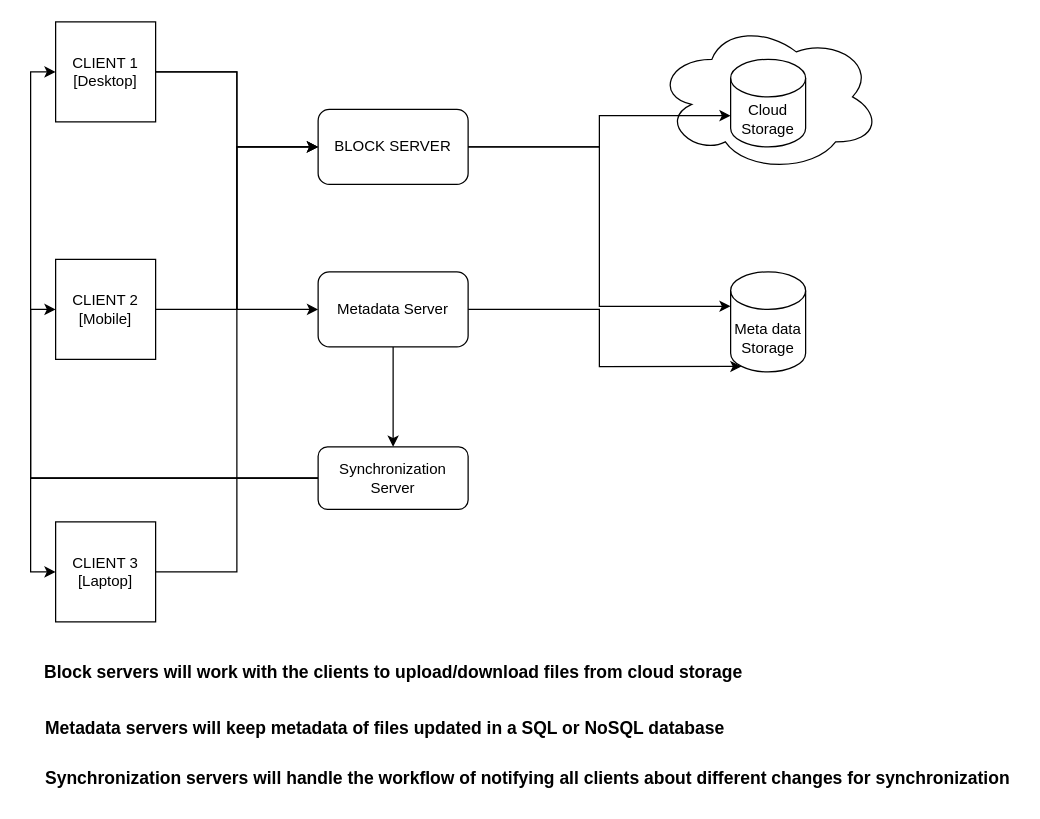
Earlier version of the draw.io diagram SystemDesign/DropBox.drawio (vikass101786/Learning). Source tidied: cells renumbered, new cells numbered last; positions are measured from the earlier drawing's top-left corner, leaving out a move shared by most shapes. Both pictures are drawn from the tidied source at 125%, with x=0, y=0 at pixel (36, 21).
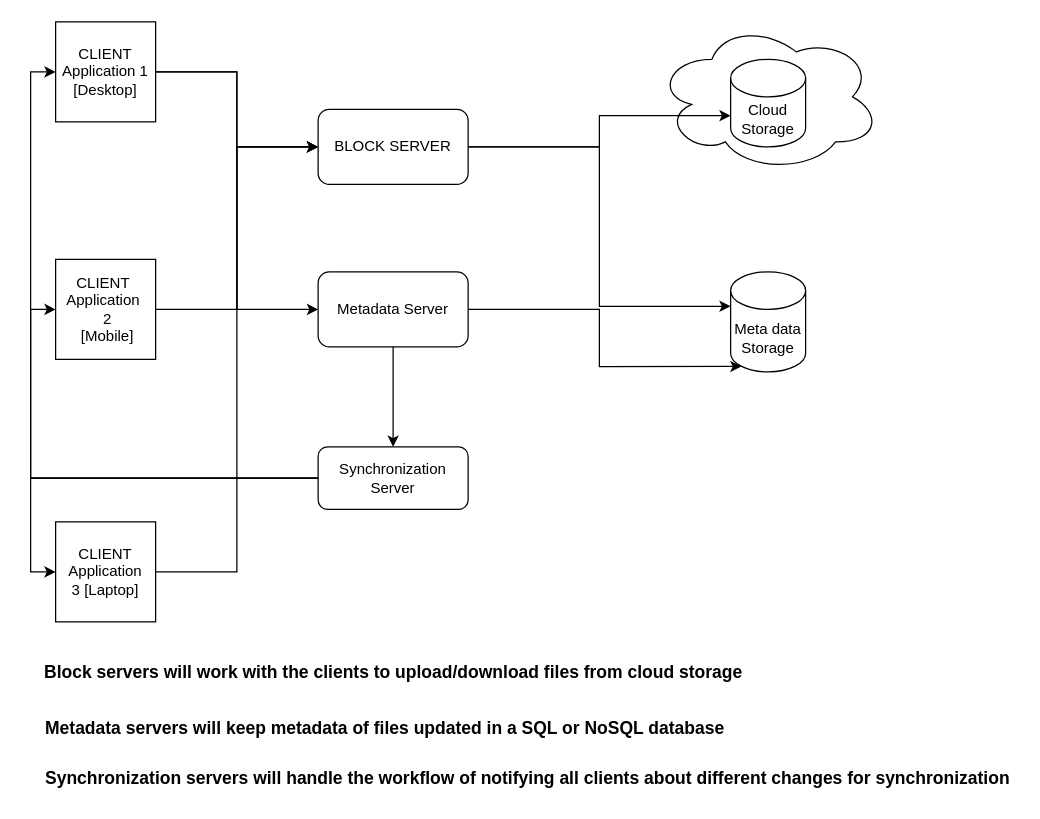
The same diagram, later.

The edit, as a diff of the source:
```diff
@@
-    <mxCell id="4" value="CLIENT 1 [Desktop]" style="whiteSpace=wrap;html=1;" parent="1" vertex="1">
+    <mxCell id="4" value="CLIENT Application 1 [Desktop]" style="whiteSpace=wrap;html=1;" parent="1" vertex="1">
       <mxGeometry x="15" width="80" height="80" as="geometry" />
     </mxCell>
@@
-    <mxCell id="6" value="&lt;span&gt;CLIENT 2 [Mobile]&lt;/span&gt;" style="whiteSpace=wrap;html=1;" parent="1" vertex="1">
+    <mxCell id="6" value="&lt;span&gt;CLIENT&amp;nbsp;&lt;br&gt;&lt;/span&gt;Application&amp;nbsp;&lt;span&gt;&lt;br&gt;&amp;nbsp;2&lt;br&gt;&amp;nbsp;[Mobile]&lt;/span&gt;" style="whiteSpace=wrap;html=1;" parent="1" vertex="1">
       <mxGeometry x="15" y="190" width="80" height="80" as="geometry" />
     </mxCell>
@@
-    <mxCell id="8" value="&lt;span&gt;CLIENT 3 [Laptop]&lt;/span&gt;" style="whiteSpace=wrap;html=1;" parent="1" vertex="1">
+    <mxCell id="8" value="&lt;span&gt;CLIENT&lt;br&gt;&amp;nbsp;&lt;/span&gt;Application&amp;nbsp;&lt;span&gt;&lt;br&gt;3 [Laptop]&lt;/span&gt;" style="whiteSpace=wrap;html=1;" parent="1" vertex="1">
       <mxGeometry x="15" y="400" width="80" height="80" as="geometry" />
     </mxCell>
```
